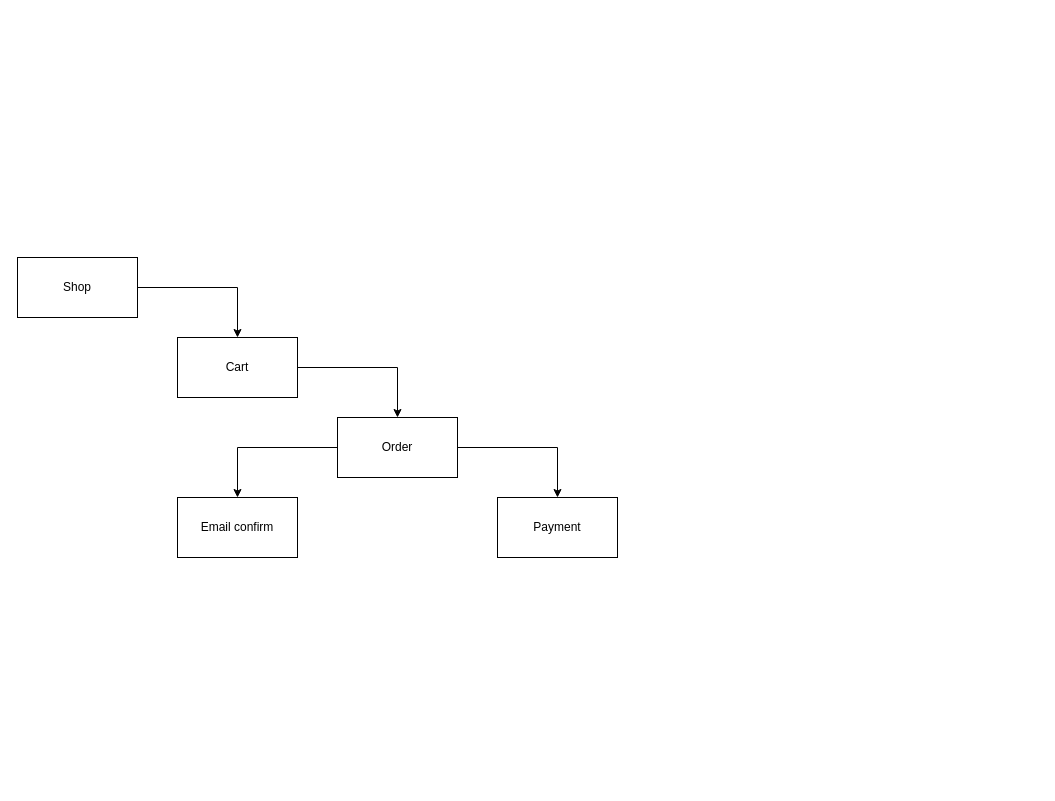
This is BasketShop/Untitled Diagram.drawio from daniilLamonov/basket_shop, a draw.io file, before an edit. Source tidied: cells renumbered, new cells numbered last; positions are measured from the earlier drawing's top-left corner, leaving out a move shared by most shapes. Both pictures are drawn from the tidied source at 100%, with x=0, y=0 at pixel (17, 257).
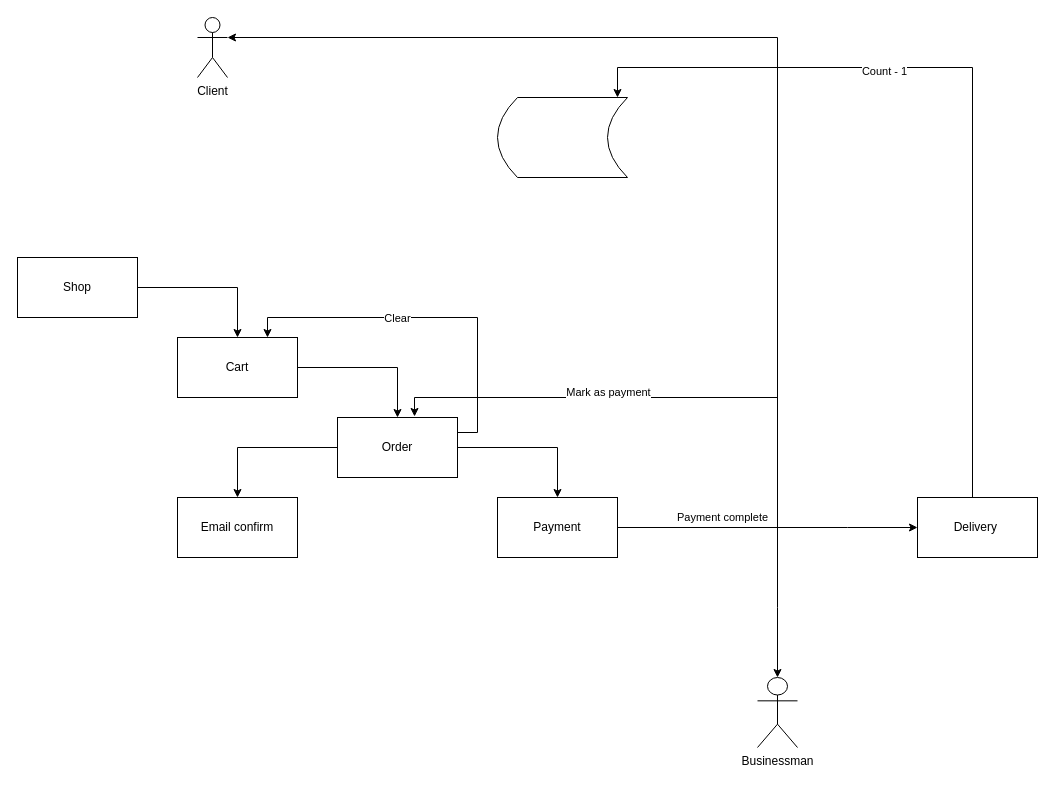
The same page after the edit.

Unchanged cells that the change refers to:
```xml
<mxCell id="5" value="Cart" style="rounded=0;whiteSpace=wrap;html=1;" parent="1" vertex="1">
  <mxGeometry x="160" y="80" width="120" height="60" as="geometry" />
</mxCell>
<mxCell id="8" value="Order" style="rounded=0;whiteSpace=wrap;html=1;" parent="1" vertex="1">
  <mxGeometry x="320" y="160" width="120" height="60" as="geometry" />
</mxCell>
<mxCell id="9" value="Payment" style="rounded=0;whiteSpace=wrap;html=1;" parent="1" vertex="1">
  <mxGeometry x="480" y="240" width="120" height="60" as="geometry" />
</mxCell>
```

The edit, as a diff of the source:
```diff
@@
+    <mxCell id="11" style="edgeStyle=orthogonalEdgeStyle;rounded=0;jettySize=auto;html=1;exitX=1;exitY=0.25;exitDx=0;exitDy=0;entryX=0.75;entryY=0;entryDx=0;entryDy=0;" parent="1" edge="1" source="8" target="5">
+      <mxGeometry relative="1" as="geometry" />
+    </mxCell>
+    <mxCell id="12" value="Clear" style="edgeLabel;html=1;align=center;verticalAlign=middle;" parent="11" vertex="1">
+      <mxGeometry x="0.17" y="3" relative="1" as="geometry">
+        <mxPoint x="-2" y="-3" as="offset" />
+      </mxGeometry>
+    </mxCell>
@@
+    <mxCell id="13" style="edgeStyle=orthogonalEdgeStyle;rounded=0;jettySize=auto;html=1;entryX=0;entryY=0.5;entryDx=0;entryDy=0;" parent="1" edge="1" source="9" target="18">
+      <mxGeometry relative="1" as="geometry">
+        <Array as="points">
+          <mxPoint x="830" y="270" />
+          <mxPoint x="830" y="270" />
+        </Array>
+      </mxGeometry>
+    </mxCell>
@@
+    <mxCell id="14" value="Client&lt;div&gt;&lt;br&gt;&lt;/div&gt;" style="shape=umlActor;verticalLabelPosition=bottom;verticalAlign=top;html=1;outlineConnect=0;" parent="1" vertex="1">
+      <mxGeometry x="180" y="-240" width="30" height="60" as="geometry" />
+    </mxCell>
+    <mxCell id="15" value="Businessman&lt;div&gt;&lt;br&gt;&lt;/div&gt;" style="shape=umlActor;verticalLabelPosition=bottom;verticalAlign=top;html=1;outlineConnect=0;direction=east;" parent="1" vertex="1">
+      <mxGeometry x="740" y="420" width="40" height="70" as="geometry" />
+    </mxCell>
+    <mxCell id="16" style="edgeStyle=orthogonalEdgeStyle;rounded=0;orthogonalLoop=1;jettySize=auto;html=1;entryX=0.5;entryY=0;entryDx=0;entryDy=0;" parent="1" edge="1">
+      <mxGeometry relative="1" as="geometry">
+        <mxPoint x="955" y="270" as="sourcePoint" />
+        <mxPoint x="600" y="-160" as="targetPoint" />
+        <Array as="points">
+          <mxPoint x="955" y="-190" />
+          <mxPoint x="600" y="-190" />
+        </Array>
+      </mxGeometry>
+    </mxCell>
+    <mxCell id="17" value="Count - 1" style="edgeLabel;html=1;align=center;verticalAlign=middle;" parent="16" vertex="1">
+      <mxGeometry x="0.3" y="3" relative="1" as="geometry" />
+    </mxCell>
+    <mxCell id="18" value="Delivery&amp;nbsp;" style="rounded=0;whiteSpace=wrap;html=1;" parent="1" vertex="1">
+      <mxGeometry x="900" y="240" width="120" height="60" as="geometry" />
+    </mxCell>
+    <mxCell id="19" value="Payment complete" style="edgeStyle=orthogonalEdgeStyle;rounded=0;jettySize=auto;html=1;entryX=0.5;entryY=0;entryDx=0;entryDy=0;entryPerimeter=0;" parent="1" edge="1" source="9" target="15">
+      <mxGeometry x="-0.32" y="10" relative="1" as="geometry">
+        <Array as="points">
+          <mxPoint x="760" y="270" />
+          <mxPoint x="760" y="350" />
+        </Array>
+      </mxGeometry>
+    </mxCell>
+    <mxCell id="20" style="edgeStyle=orthogonalEdgeStyle;rounded=0;jettySize=auto;html=1;entryX=1;entryY=0.3333333333333333;entryDx=0;entryDy=0;entryPerimeter=0;" parent="1" edge="1" source="9" target="14">
+      <mxGeometry relative="1" as="geometry">
+        <Array as="points">
+          <mxPoint x="760" y="270" />
+          <mxPoint x="760" y="-220" />
+        </Array>
+      </mxGeometry>
+    </mxCell>
+    <mxCell id="21" style="edgeStyle=orthogonalEdgeStyle;rounded=0;jettySize=auto;html=1;entryX=0.642;entryY=-0.017;entryDx=0;entryDy=0;entryPerimeter=0;" parent="1" edge="1" source="9" target="8">
+      <mxGeometry relative="1" as="geometry">
+        <Array as="points">
+          <mxPoint x="760" y="270" />
+          <mxPoint x="760" y="140" />
+          <mxPoint x="397" y="140" />
+        </Array>
+      </mxGeometry>
+    </mxCell>
+    <mxCell id="22" value="Mark as payment&lt;div&gt;&lt;br&gt;&lt;/div&gt;" style="edgeLabel;html=1;align=center;verticalAlign=middle;" parent="21" vertex="1">
+      <mxGeometry x="0.37" y="1" relative="1" as="geometry" />
+    </mxCell>
+    <mxCell id="23" style="shape=dataStorage;whiteSpace=wrap;html=1;fixedSize=1;" parent="1" vertex="1">
+      <mxGeometry x="480" y="-160" width="130" height="80" as="geometry" />
+    </mxCell>
```
